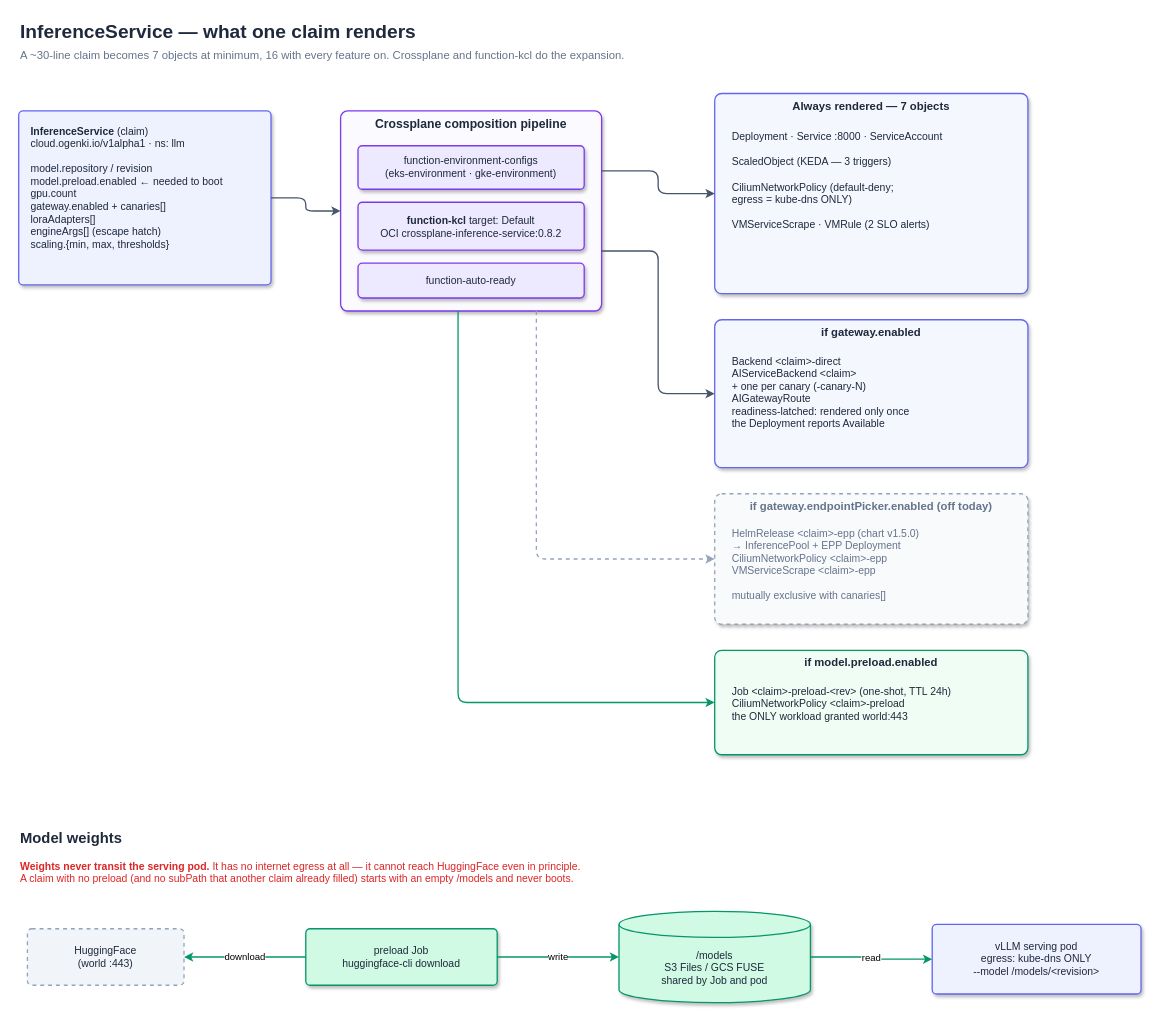
This is page "2 — One claim, rendered" (2 of 3) of docs/architecture/llm-platform.drawio from Smana/cloud-native-ref, a draw.io file, before an edit. Source tidied: cells renumbered, new cells numbered last; positions are measured from the earlier drawing's top-left corner, leaving out a move shared by most shapes. Both pictures are drawn from the tidied source at 87%, with x=0, y=0 at pixel (18, 15).
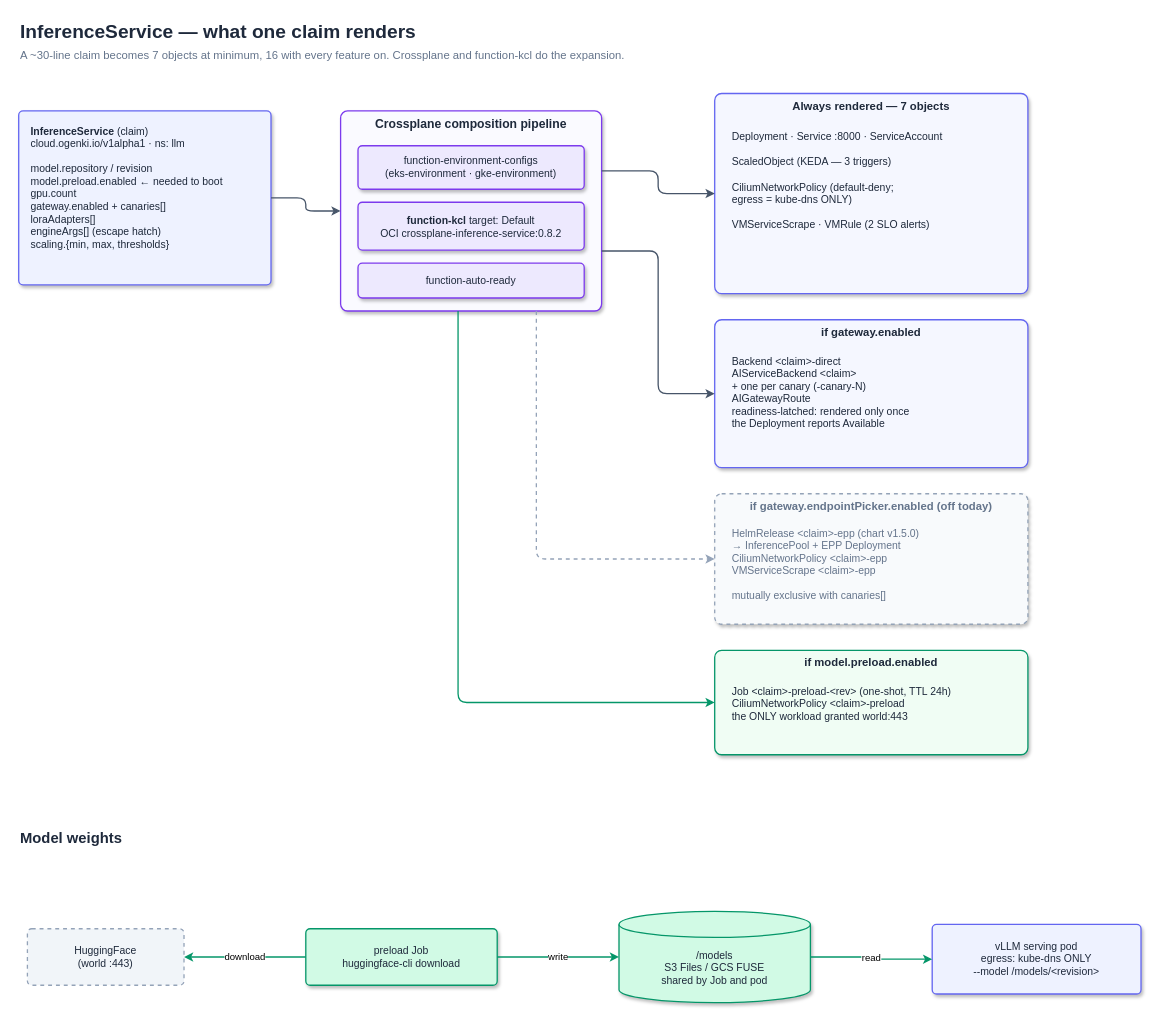
Above is the later version.

Diff of the diagram source:
```diff
@@
-    <mxCell id="18" value="&lt;b&gt;Weights never transit the serving pod.&lt;/b&gt;  It has no internet egress at all — it cannot reach HuggingFace even in principle.&#10;A claim with no preload (and no subPath that another claim already filled) starts with an empty /models and never boots." style="text;html=1;align=left;fontFamily=Helvetica;fontSize=12;fontColor=#DC2626;" parent="1" vertex="1">
-      <mxGeometry y="965" width="1100" height="45" as="geometry" />
-    </mxCell>
```
